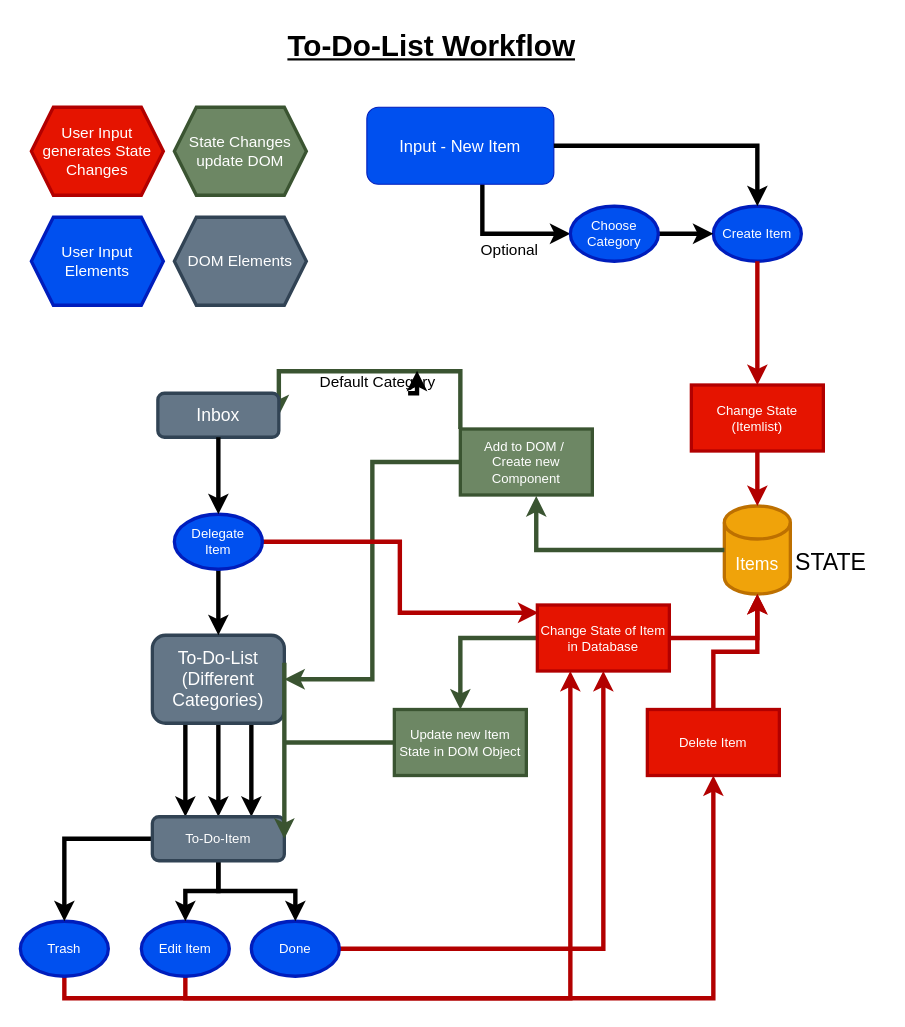
This is To-Do-Workflow.drawio from Joshchae/todolist03, a draw.io file, before an edit. Source tidied: cells renumbered, new cells numbered last; positions are measured from the earlier drawing's top-left corner, leaving out a move shared by most shapes. Both pictures are drawn from the tidied source at 110%, with x=0, y=0 at pixel (20, 19).
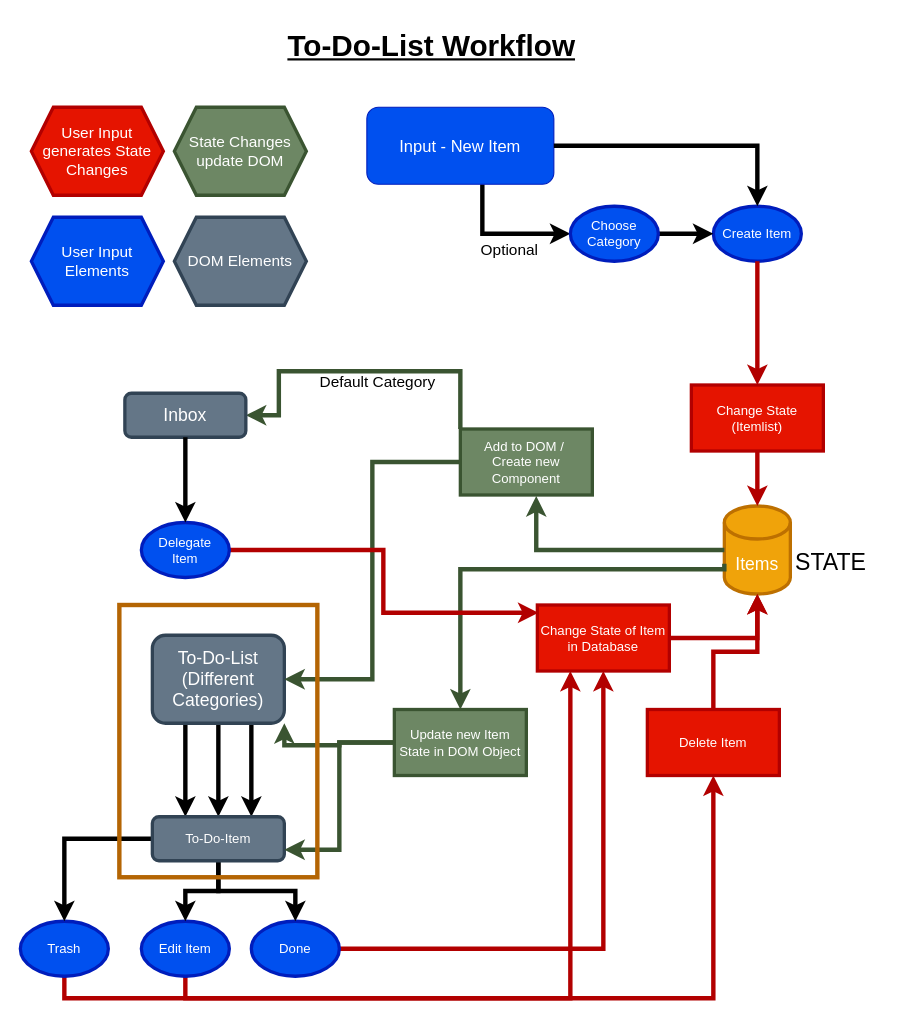
Above is the later version.

Unchanged cells that the change refers to:
```xml
<mxCell id="5" value="&lt;font style=&quot;font-size: 16px&quot;&gt;Items&lt;/font&gt;" style="shape=cylinder3;whiteSpace=wrap;html=1;boundedLbl=1;backgroundOutline=1;size=15;fillColor=#f0a30a;strokeColor=#BD7000;fontColor=#ffffff;strokeWidth=3;" parent="1" vertex="1">
  <mxGeometry x="640" y="442.5" width="60" height="80" as="geometry" />
</mxCell>
<mxCell id="11" value="&lt;font style=&quot;font-size: 16px&quot;&gt;To-Do-List&lt;br&gt;(Different Categories)&lt;br&gt;&lt;/font&gt;" style="rounded=1;whiteSpace=wrap;html=1;strokeWidth=3;fillColor=#647687;strokeColor=#314354;fontColor=#ffffff;" parent="1" vertex="1">
  <mxGeometry x="120" y="560" width="120" height="80" as="geometry" />
</mxCell>
<mxCell id="29" value="To-Do-Item" style="rounded=1;whiteSpace=wrap;html=1;strokeWidth=3;fillColor=#647687;strokeColor=#314354;fontColor=#ffffff;" parent="1" vertex="1">
  <mxGeometry x="120" y="725" width="120" height="40" as="geometry" />
</mxCell>
<mxCell id="34" value="Change State of Item&lt;br&gt;in Database" style="rounded=0;whiteSpace=wrap;html=1;strokeWidth=3;fillColor=#e51400;strokeColor=#B20000;fontColor=#ffffff;" parent="1" vertex="1">
  <mxGeometry x="470" y="532.5" width="120" height="60" as="geometry" />
</mxCell>
<mxCell id="41" value="Update new Item State in DOM Object" style="rounded=0;whiteSpace=wrap;html=1;strokeWidth=3;fillColor=#6d8764;strokeColor=#3A5431;fontColor=#ffffff;" parent="1" vertex="1">
  <mxGeometry x="340" y="627.5" width="120" height="60" as="geometry" />
</mxCell>
<mxCell id="44" value="&lt;font style=&quot;font-size: 14px&quot;&gt;Default Category&lt;/font&gt;" style="text;html=1;strokeColor=none;fillColor=none;align=center;verticalAlign=middle;whiteSpace=wrap;rounded=0;" parent="1" vertex="1">
  <mxGeometry x="270" y="320" width="110" height="20" as="geometry" />
</mxCell>
```

The edit, as a diff of the source:
```diff
@@
-    <mxCell id="30" style="edgeStyle=orthogonalEdgeStyle;rounded=0;jettySize=auto;html=1;exitX=0.5;exitY=1;exitDx=0;exitDy=0;strokeWidth=4;" parent="1" edge="1" source="38" target="11">
-      <mxGeometry relative="1" as="geometry" />
-    </mxCell>
     <mxCell id="31" value="&lt;font style=&quot;font-size: 16px&quot;&gt;Inbox&lt;/font&gt;" style="rounded=1;whiteSpace=wrap;html=1;strokeWidth=3;fillColor=#647687;strokeColor=#314354;fontColor=#ffffff;" parent="1" vertex="1">
-      <mxGeometry x="125" y="340" width="110" height="40" as="geometry" />
+      <mxGeometry x="95" y="340" width="110" height="40" as="geometry" />
     </mxCell>
@@
-    <mxCell id="33" style="edgeStyle=orthogonalEdgeStyle;rounded=0;jettySize=auto;html=1;entryX=0.5;entryY=0;entryDx=0;entryDy=0;fillColor=#6d8764;strokeColor=#3A5431;strokeWidth=4;" parent="1" edge="1" source="34" target="41">
-      <mxGeometry relative="1" as="geometry" />
+    <mxCell id="33" style="edgeStyle=orthogonalEdgeStyle;rounded=0;jettySize=auto;html=1;entryX=0.5;entryY=0;entryDx=0;entryDy=0;fillColor=#6d8764;strokeColor=#3A5431;strokeWidth=4;exitX=0;exitY=0;exitDx=0;exitDy=52.5;exitPerimeter=0;" parent="1" edge="1" source="5" target="41">
+      <mxGeometry relative="1" as="geometry">
+        <Array as="points">
+          <mxPoint x="640" y="500" />
+          <mxPoint x="400" y="500" />
+        </Array>
+      </mxGeometry>
     </mxCell>
@@
     <mxCell id="38" value="Delegate&lt;br&gt;Item" style="ellipse;whiteSpace=wrap;html=1;strokeWidth=3;fillColor=#0050ef;strokeColor=#001DBC;fontColor=#ffffff;" parent="1" vertex="1">
-      <mxGeometry x="140" y="450" width="80" height="50" as="geometry" />
+      <mxGeometry x="110" y="457.5" width="80" height="50" as="geometry" />
     </mxCell>
@@
-    <mxCell id="40" style="edgeStyle=orthogonalEdgeStyle;rounded=0;jettySize=auto;html=1;entryX=1;entryY=0.5;entryDx=0;entryDy=0;fillColor=#6d8764;strokeColor=#3A5431;strokeWidth=4;exitX=0;exitY=0.5;exitDx=0;exitDy=0;" parent="1" edge="1" source="41" target="29">
-      <mxGeometry relative="1" as="geometry">
-        <Array as="points">
-          <mxPoint x="240" y="585" />
-          <mxPoint x="240" y="635" />
-        </Array>
-      </mxGeometry>
+    <mxCell id="40" style="edgeStyle=orthogonalEdgeStyle;rounded=0;jettySize=auto;html=1;exitX=0;exitY=0.5;exitDx=0;exitDy=0;entryX=1;entryY=0.75;entryDx=0;entryDy=0;strokeWidth=4;fillColor=#6d8764;strokeColor=#3A5431;" parent="1" edge="1" source="41" target="29">
+      <mxGeometry relative="1" as="geometry" />
     </mxCell>
+    <mxCell id="51" style="edgeStyle=orthogonalEdgeStyle;rounded=0;jettySize=auto;html=1;exitX=0;exitY=0.5;exitDx=0;exitDy=0;entryX=1;entryY=1;entryDx=0;entryDy=0;strokeWidth=4;fillColor=#6d8764;strokeColor=#3A5431;" parent="1" edge="1" source="41" target="11">
+      <mxGeometry relative="1" as="geometry" />
+    </mxCell>
@@
-    <mxCell id="50" style="edgeStyle=orthogonalEdgeStyle;rounded=0;orthogonalLoop=1;jettySize=auto;html=1;exitX=0.75;exitY=1;exitDx=0;exitDy=0;entryX=0.824;entryY=-0.025;entryDx=0;entryDy=0;entryPerimeter=0;strokeWidth=4;" parent="1" edge="1" source="44" target="44">
-      <mxGeometry relative="1" as="geometry" />
-    </mxCell>
+    <mxCell id="52" style="rounded=0;whiteSpace=wrap;html=1;strokeWidth=4;strokeColor=#b46504;fillColor=none;" parent="1" vertex="1">
+      <mxGeometry x="90" y="532.5" width="180" height="247.5" as="geometry" />
+    </mxCell>
```
